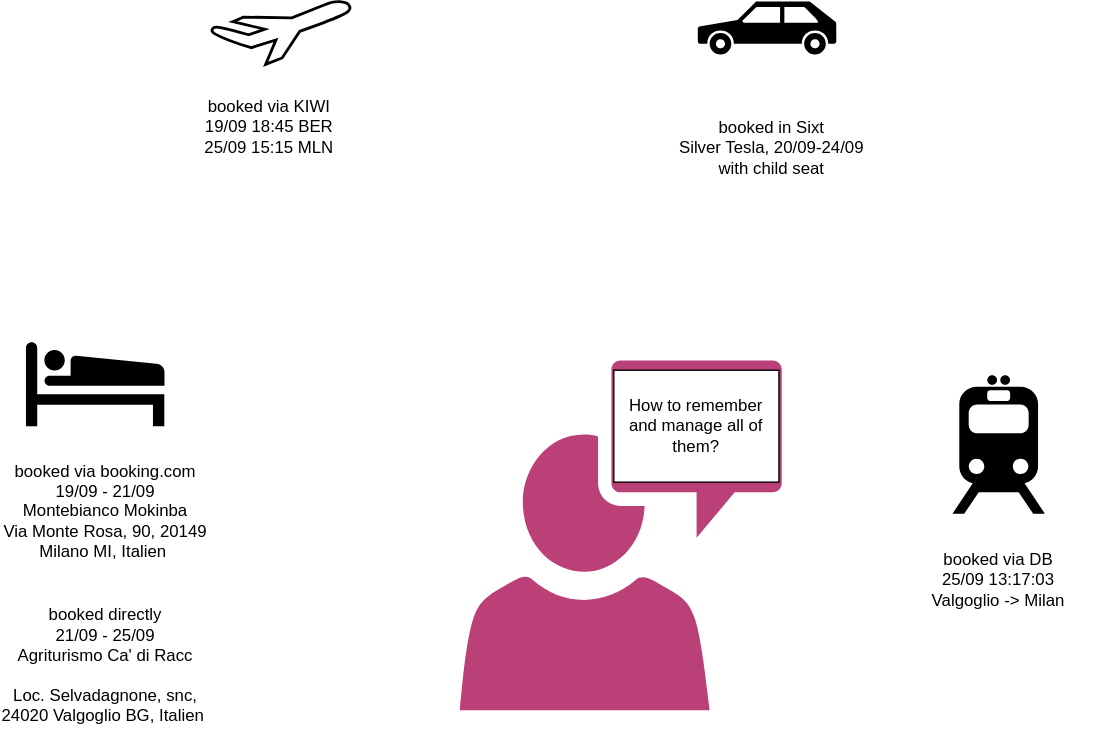
This is story/soluton.drawio.svg from wschaef/architecture-kata-2023, a draw.io export, as it was before one commit. Source tidied: cells renumbered, new cells last; positions are measured from the earlier drawing's top-left corner, leaving out a move shared by most shapes.
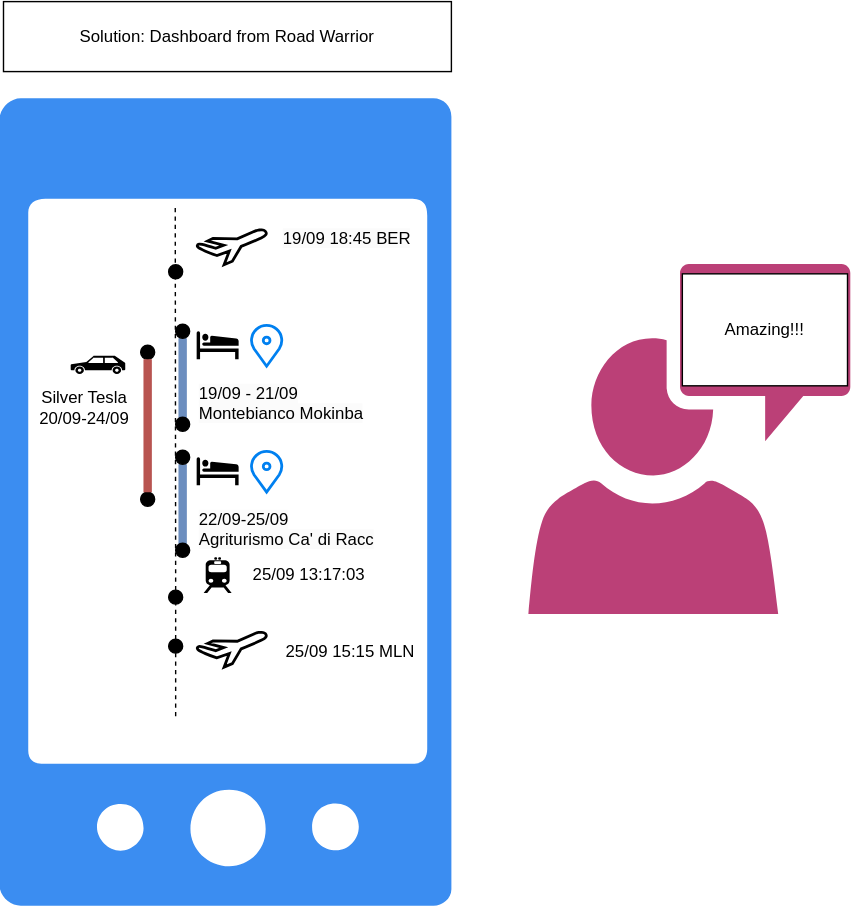
After the commit.

The edit, as a diff of the source:
```diff
@@ -2,38 +2,130 @@
   <root>
     <mxCell id="0" />
     <mxCell id="1" parent="0" />
+    <mxCell id="5" style="sketch=0;shadow=0;dashed=0;html=1;strokeColor=none;fillColor=#bb4077;labelPosition=center;verticalLabelPosition=bottom;verticalAlign=top;align=center;shape=mxgraph.office.users.communications;" parent="1" vertex="1">
+      <mxGeometry x="328" y="256" width="230" height="250" as="geometry" />
+    </mxCell>
+    <mxCell id="6" value="Amazing!!!" style="rounded=0;whiteSpace=wrap;html=1;" parent="1" vertex="1">
+      <mxGeometry x="438" y="263" width="118" height="80" as="geometry" />
+    </mxCell>
+    <mxCell id="13" style="sketch=0;html=1;strokeColor=none;shadow=0;fillColor=#3B8DF1;verticalAlign=top;labelPosition=center;verticalLabelPosition=bottom;shape=mxgraph.gcp2.phone_android;" parent="1" vertex="1">
+      <mxGeometry x="-50" y="137.6" width="323" height="576.8" as="geometry" />
+    </mxCell>
+    <mxCell id="14" value="Solution: Dashboard from Road Warrior" style="rounded=0;whiteSpace=wrap;html=1;" parent="1" vertex="1">
+      <mxGeometry x="-47" y="68.5" width="320" height="50" as="geometry" />
+    </mxCell>
+    <mxCell id="15" style="group;" parent="1" vertex="1">
+      <mxGeometry x="-39" y="216" width="312" height="363" as="geometry" />
+    </mxCell>
-    <mxCell id="2" style="verticalLabelPosition=bottom;html=1;verticalAlign=top;strokeWidth=2;shape=mxgraph.lean_mapping.airplane_7;" parent="1" vertex="1">
-      <mxGeometry x="150" y="-0.5" width="100" height="45" as="geometry" />
+    <mxCell id="2" style="verticalLabelPosition=bottom;html=1;verticalAlign=top;strokeWidth=2;shape=mxgraph.lean_mapping.airplane_7;" parent="15" vertex="1">
+      <mxGeometry x="130" y="15.5" width="50" height="25" as="geometry" />
     </mxCell>
-    <mxCell id="3" style="shape=mxgraph.signs.travel.hotel;html=1;fillColor=#000000;strokeColor=none;verticalLabelPosition=bottom;verticalAlign=top;align=center;" parent="1" vertex="1">
-      <mxGeometry x="18" y="243" width="99" height="60" as="geometry" />
+    <mxCell id="3" style="shape=mxgraph.signs.travel.hotel;html=1;fillColor=#000000;strokeColor=none;verticalLabelPosition=bottom;verticalAlign=top;align=center;" parent="15" vertex="1">
+      <mxGeometry x="130" y="88" width="30" height="20" as="geometry" />
     </mxCell>
-    <mxCell id="4" style="shape=mxgraph.signs.transportation.car_3;html=1;fillColor=#000000;strokeColor=none;verticalLabelPosition=bottom;verticalAlign=top;align=center;" parent="1" vertex="1">
-      <mxGeometry x="498" y="-0.5" width="99" height="38" as="geometry" />
+    <mxCell id="4" style="shape=mxgraph.signs.transportation.car_3;html=1;fillColor=#000000;strokeColor=none;verticalLabelPosition=bottom;verticalAlign=top;align=center;" parent="15" vertex="1">
+      <mxGeometry x="40" y="105.5" width="39" height="13" as="geometry" />
     </mxCell>
-    <mxCell id="5" style="sketch=0;shadow=0;dashed=0;html=1;strokeColor=none;fillColor=#bb4077;labelPosition=center;verticalLabelPosition=bottom;verticalAlign=top;align=center;shape=mxgraph.office.users.communications;" parent="1" vertex="1">
-      <mxGeometry x="328" y="256" width="230" height="250" as="geometry" />
-    </mxCell>
-    <mxCell id="6" value="How to remember and manage all of them?" style="rounded=0;whiteSpace=wrap;html=1;" parent="1" vertex="1">
-      <mxGeometry x="438" y="263" width="118" height="80" as="geometry" />
-    </mxCell>
-    <mxCell id="7" value="booked via KIWI&lt;br&gt;19/09 18:45 BER&lt;br&gt;25/09 15:15 MLN" style="text;html=1;strokeColor=none;fillColor=none;align=center;verticalAlign=middle;whiteSpace=wrap;rounded=0;" parent="1" vertex="1">
-      <mxGeometry x="117" y="41" width="150" height="95" as="geometry" />
-    </mxCell>
-    <mxCell id="8" value="booked via booking.com&lt;br&gt;19/09 - 21/09&lt;br&gt;Montebianco Mokinba&lt;br&gt;Via Monte Rosa, 90, 20149 Milano MI, Italien&amp;nbsp;" style="text;html=1;strokeColor=none;fillColor=none;align=center;verticalAlign=middle;whiteSpace=wrap;rounded=0;" parent="1" vertex="1">
-      <mxGeometry y="316" width="150" height="95" as="geometry" />
-    </mxCell>
-    <mxCell id="9" value="booked directly&lt;br&gt;21/09 - 25/09&lt;br&gt;&lt;div&gt;Agriturismo Ca' di Racc&lt;/div&gt;&lt;br&gt;Loc. Selvadagnone, snc, 24020 Valgoglio BG, Italien&amp;nbsp;" style="text;html=1;strokeColor=none;fillColor=none;align=center;verticalAlign=middle;whiteSpace=wrap;rounded=0;" parent="1" vertex="1">
-      <mxGeometry y="426" width="150" height="95" as="geometry" />
-    </mxCell>
-    <mxCell id="10" style="shape=mxgraph.signs.transportation.train_2;html=1;fillColor=#000000;strokeColor=none;verticalLabelPosition=bottom;verticalAlign=top;align=center;" parent="1" vertex="1">
-      <mxGeometry x="680" y="266.5" width="66" height="99" as="geometry" />
+    <mxCell id="10" style="shape=mxgraph.signs.transportation.train_2;html=1;fillColor=#000000;strokeColor=none;verticalLabelPosition=bottom;verticalAlign=top;align=center;" parent="15" vertex="1">
+      <mxGeometry x="135" y="249.5" width="20" height="25.5" as="geometry" />
     </mxCell>
-    <mxCell id="11" value="booked via DB&lt;br&gt;25/09 13:17:03&lt;br&gt;Valgoglio -&amp;gt; Milan&lt;div&gt;&lt;/div&gt;" style="text;html=1;strokeColor=none;fillColor=none;align=center;verticalAlign=middle;whiteSpace=wrap;rounded=0;" parent="1" vertex="1">
-      <mxGeometry x="638" y="365.5" width="150" height="95" as="geometry" />
-    </mxCell>
-    <mxCell id="12" value="booked in Sixt&lt;br&gt;Silver Tesla, 20/09-24/09 with child seat" style="text;html=1;strokeColor=none;fillColor=none;align=center;verticalAlign=middle;whiteSpace=wrap;rounded=0;" parent="1" vertex="1">
-      <mxGeometry x="476" y="56" width="150" height="95" as="geometry" />
+    <mxCell id="12" value="Silver Tesla&lt;br&gt;20/09-24/09" style="text;html=1;strokeColor=none;fillColor=none;align=center;verticalAlign=middle;whiteSpace=wrap;rounded=0;" parent="15" vertex="1">
+      <mxGeometry y="127" width="100" height="32.5" as="geometry" />
     </mxCell>
+    <mxCell id="16" style="endArrow=none;dashed=1;html=1;rounded=0;" parent="15" edge="1" source="42">
+      <mxGeometry relative="1" as="geometry">
+        <mxPoint x="114.7" as="targetPoint" />
+      </mxGeometry>
+    </mxCell>
+    <mxCell id="17" style="ellipse;whiteSpace=wrap;html=1;fillColor=#000000;" parent="15" vertex="1">
+      <mxGeometry x="110" y="40.5" width="10" height="10" as="geometry" />
+    </mxCell>
+    <mxCell id="18" value="&lt;span style=&quot;color: rgb(0, 0, 0); font-family: Helvetica; font-size: 12px; font-style: normal; font-variant-ligatures: normal; font-variant-caps: normal; font-weight: 400; letter-spacing: normal; orphans: 2; text-align: center; text-indent: 0px; text-transform: none; widows: 2; word-spacing: 0px; -webkit-text-stroke-width: 0px; background-color: rgb(251, 251, 251); text-decoration-thickness: initial; text-decoration-style: initial; text-decoration-color: initial; float: none; display: inline !important;&quot;&gt;19/09 18:45 BER&lt;/span&gt;&lt;br style=&quot;border-color: var(--border-color); color: rgb(0, 0, 0); font-family: Helvetica; font-size: 12px; font-style: normal; font-variant-ligatures: normal; font-variant-caps: normal; font-weight: 400; letter-spacing: normal; orphans: 2; text-align: center; text-indent: 0px; text-transform: none; widows: 2; word-spacing: 0px; -webkit-text-stroke-width: 0px; background-color: rgb(251, 251, 251); text-decoration-thickness: initial; text-decoration-style: initial; text-decoration-color: initial;&quot;&gt;" style="text;whiteSpace=wrap;html=1;" parent="15" vertex="1">
+      <mxGeometry x="190" y="8" width="120" height="40" as="geometry" />
+    </mxCell>
+    <mxCell id="19" style="verticalLabelPosition=bottom;html=1;verticalAlign=top;strokeWidth=2;shape=mxgraph.lean_mapping.airplane_7;" parent="15" vertex="1">
+      <mxGeometry x="130" y="303" width="50" height="25" as="geometry" />
+    </mxCell>
+    <mxCell id="20" value="25/09 15:15 MLN" style="text;whiteSpace=wrap;html=1;" parent="15" vertex="1">
+      <mxGeometry x="192" y="303" width="120" height="40" as="geometry" />
+    </mxCell>
+    <mxCell id="21" style="endArrow=none;html=1;rounded=0;fillColor=#dae8fc;strokeColor=#6c8ebf;strokeWidth=6;" parent="15" edge="1" source="25">
+      <mxGeometry relative="1" as="geometry">
+        <mxPoint x="120" y="83" as="targetPoint" />
+      </mxGeometry>
+    </mxCell>
+    <mxCell id="22" value="&lt;span style=&quot;color: rgb(0, 0, 0); font-family: Helvetica; font-size: 12px; font-style: normal; font-variant-ligatures: normal; font-variant-caps: normal; font-weight: 400; letter-spacing: normal; orphans: 2; text-align: center; text-indent: 0px; text-transform: none; widows: 2; word-spacing: 0px; -webkit-text-stroke-width: 0px; background-color: rgb(251, 251, 251); text-decoration-thickness: initial; text-decoration-style: initial; text-decoration-color: initial; float: none; display: inline !important;&quot;&gt;19/09 - 21/09&lt;br&gt;Montebianco Mokinba&lt;br style=&quot;border-color: var(--border-color);&quot;&gt;&lt;/span&gt;" style="text;whiteSpace=wrap;html=1;" parent="15" vertex="1">
+      <mxGeometry x="130" y="119.5" width="140" height="43.5" as="geometry" />
+    </mxCell>
+    <mxCell id="23" style="endArrow=none;html=1;rounded=0;fillColor=#dae8fc;strokeColor=#6c8ebf;strokeWidth=6;" parent="15" edge="1" target="25">
+      <mxGeometry relative="1" as="geometry">
+        <mxPoint x="120" y="153" as="sourcePoint" />
+      </mxGeometry>
+    </mxCell>
+    <mxCell id="24" style="ellipse;whiteSpace=wrap;html=1;fillColor=#000000;" parent="15" vertex="1">
+      <mxGeometry x="115" y="149.5" width="10" height="10" as="geometry" />
+    </mxCell>
+    <mxCell id="25" style="ellipse;whiteSpace=wrap;html=1;fillColor=#000000;" parent="15" vertex="1">
+      <mxGeometry x="115" y="83" width="10" height="10" as="geometry" />
+    </mxCell>
+    <mxCell id="26" style="html=1;verticalLabelPosition=bottom;align=center;labelBackgroundColor=#ffffff;verticalAlign=top;strokeWidth=2;strokeColor=#0080F0;shadow=0;dashed=0;shape=mxgraph.ios7.icons.location;" parent="15" vertex="1">
+      <mxGeometry x="168" y="83" width="24" height="30" as="geometry" />
+    </mxCell>
+    <mxCell id="27" style="shape=mxgraph.signs.travel.hotel;html=1;fillColor=#000000;strokeColor=none;verticalLabelPosition=bottom;verticalAlign=top;align=center;" parent="15" vertex="1">
+      <mxGeometry x="130" y="178" width="30" height="20" as="geometry" />
+    </mxCell>
+    <mxCell id="28" style="endArrow=none;html=1;rounded=0;fillColor=#dae8fc;strokeColor=#6c8ebf;strokeWidth=6;" parent="15" edge="1" source="32">
+      <mxGeometry relative="1" as="geometry">
+        <mxPoint x="120" y="173" as="targetPoint" />
+      </mxGeometry>
+    </mxCell>
+    <mxCell id="29" value="&lt;span style=&quot;color: rgb(0, 0, 0); font-family: Helvetica; font-size: 12px; font-style: normal; font-variant-ligatures: normal; font-variant-caps: normal; font-weight: 400; letter-spacing: normal; orphans: 2; text-align: center; text-indent: 0px; text-transform: none; widows: 2; word-spacing: 0px; -webkit-text-stroke-width: 0px; background-color: rgb(251, 251, 251); text-decoration-thickness: initial; text-decoration-style: initial; text-decoration-color: initial; float: none; display: inline !important;&quot;&gt;22/09-25/09&lt;br&gt;Agriturismo Ca' di Racc&lt;br&gt;&lt;br&gt;&lt;/span&gt;" style="text;whiteSpace=wrap;html=1;" parent="15" vertex="1">
+      <mxGeometry x="130" y="209.5" width="140" height="43.5" as="geometry" />
+    </mxCell>
+    <mxCell id="30" style="endArrow=none;html=1;rounded=0;fillColor=#dae8fc;strokeColor=#6c8ebf;strokeWidth=6;" parent="15" edge="1" target="32">
+      <mxGeometry relative="1" as="geometry">
+        <mxPoint x="120" y="243" as="sourcePoint" />
+      </mxGeometry>
+    </mxCell>
+    <mxCell id="31" style="ellipse;whiteSpace=wrap;html=1;fillColor=#000000;" parent="15" vertex="1">
+      <mxGeometry x="115" y="239.5" width="10" height="10" as="geometry" />
+    </mxCell>
+    <mxCell id="32" style="ellipse;whiteSpace=wrap;html=1;fillColor=#000000;" parent="15" vertex="1">
+      <mxGeometry x="115" y="173" width="10" height="10" as="geometry" />
+    </mxCell>
+    <mxCell id="33" style="html=1;verticalLabelPosition=bottom;align=center;labelBackgroundColor=#ffffff;verticalAlign=top;strokeWidth=2;strokeColor=#0080F0;shadow=0;dashed=0;shape=mxgraph.ios7.icons.location;" parent="15" vertex="1">
+      <mxGeometry x="168" y="173" width="24" height="30" as="geometry" />
+    </mxCell>
+    <mxCell id="34" style="endArrow=none;html=1;rounded=0;fillColor=#f8cecc;strokeColor=#b85450;strokeWidth=6;" parent="15" edge="1" source="35">
+      <mxGeometry relative="1" as="geometry">
+        <mxPoint x="100" y="103" as="targetPoint" />
+      </mxGeometry>
+    </mxCell>
+    <mxCell id="35" style="ellipse;whiteSpace=wrap;html=1;fillColor=#000000;" parent="15" vertex="1">
+      <mxGeometry x="90" y="98" width="10" height="10" as="geometry" />
+    </mxCell>
+    <mxCell id="36" style="ellipse;whiteSpace=wrap;html=1;fillColor=#000000;" parent="15" vertex="1">
+      <mxGeometry x="90" y="203" width="10" height="10" as="geometry" />
+    </mxCell>
+    <mxCell id="37" style="endArrow=none;html=1;rounded=0;fillColor=#f8cecc;strokeColor=#b85450;strokeWidth=6;" parent="15" edge="1" source="36" target="35">
+      <mxGeometry relative="1" as="geometry" />
+    </mxCell>
+    <mxCell id="38" value="25/09 13:17:03" style="text;html=1;align=center;verticalAlign=middle;strokeColor=none;fillColor=none;" parent="15" vertex="1">
+      <mxGeometry x="160" y="247.2" width="100" height="30" as="geometry" />
+    </mxCell>
+    <mxCell id="39" style="endArrow=none;dashed=1;html=1;rounded=0;" parent="15" edge="1" target="40">
+      <mxGeometry relative="1" as="geometry">
+        <mxPoint x="115" y="363" as="sourcePoint" />
+      </mxGeometry>
+    </mxCell>
+    <mxCell id="40" style="ellipse;whiteSpace=wrap;html=1;fillColor=#000000;" parent="15" vertex="1">
+      <mxGeometry x="110" y="308" width="10" height="10" as="geometry" />
+    </mxCell>
+    <mxCell id="41" style="endArrow=none;dashed=1;html=1;rounded=0;" parent="15" edge="1" source="40" target="42">
+      <mxGeometry relative="1" as="geometry" />
+    </mxCell>
+    <mxCell id="42" style="ellipse;whiteSpace=wrap;html=1;fillColor=#000000;" parent="15" vertex="1">
+      <mxGeometry x="110" y="273" width="10" height="10" as="geometry" />
+    </mxCell>
   </root>
 </mxGraphModel>
```
